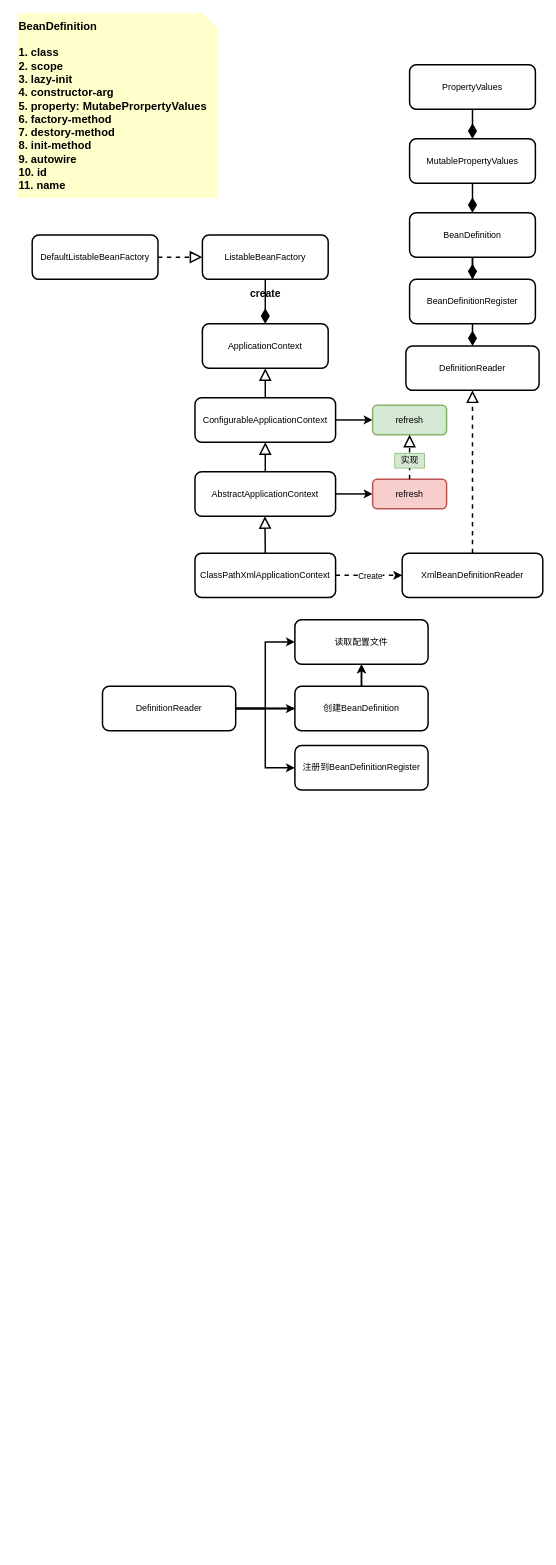
The draw.io diagram diagram/04.spring-bean-definition.drawio in Alice52/spring-5.2.x, before the edit. Source tidied: cells renumbered, new cells numbered last; positions are measured from the earlier drawing's top-left corner, leaving out a move shared by most shapes. Both pictures are drawn from the tidied source at 74%, with x=0, y=0 at pixel (17, 13).
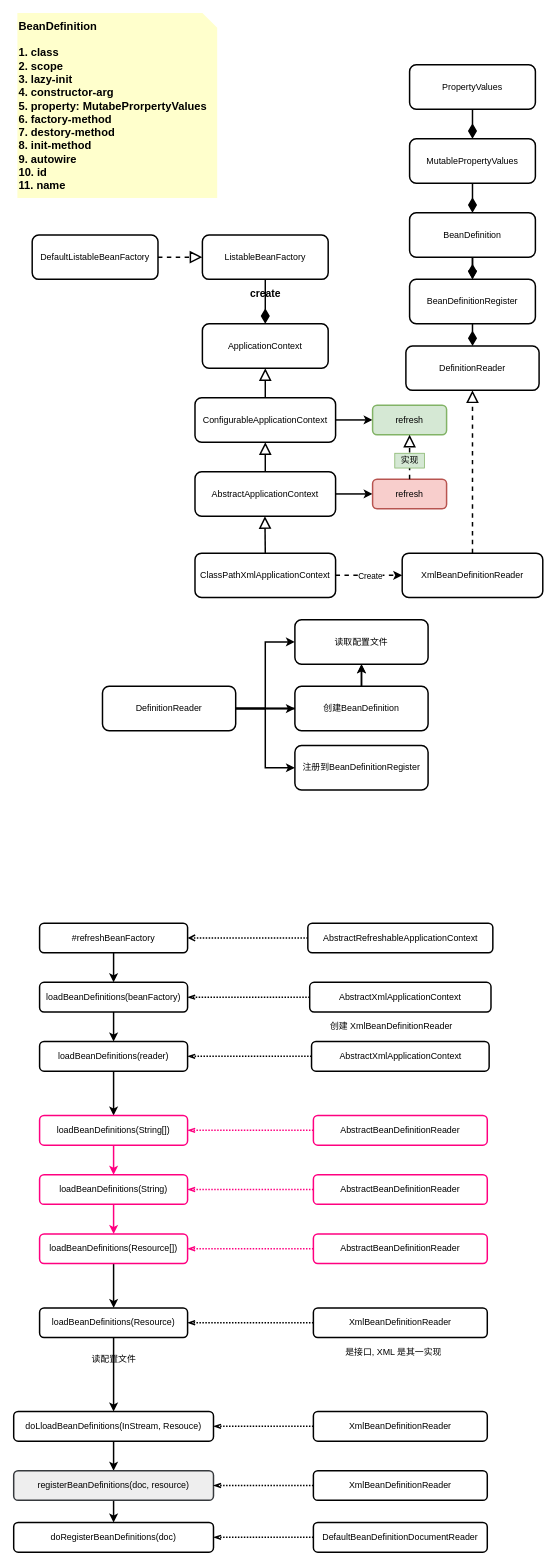
The same diagram, later.

The edit, as a diff of the source:
```diff
@@
+    <mxCell id="44" style="edgeStyle=orthogonalEdgeStyle;rounded=0;jettySize=auto;html=1;strokeWidth=2;dashed=1;dashPattern=1 1;endArrow=open;endFill=0;" parent="1" edge="1" source="45" target="47">
+      <mxGeometry relative="1" as="geometry" />
+    </mxCell>
+    <mxCell id="45" value="AbstractRefreshableApplicationContext" style="rounded=1;whiteSpace=wrap;html=1;strokeWidth=2;" parent="1" vertex="1">
+      <mxGeometry x="392.5" y="1230" width="250" height="40" as="geometry" />
+    </mxCell>
+    <mxCell id="46" style="edgeStyle=orthogonalEdgeStyle;rounded=0;jettySize=auto;html=1;strokeWidth=2;" parent="1" edge="1" source="47" target="49">
+      <mxGeometry relative="1" as="geometry" />
+    </mxCell>
+    <mxCell id="47" value="#refreshBeanFactory" style="rounded=1;whiteSpace=wrap;html=1;strokeWidth=2;" parent="1" vertex="1">
+      <mxGeometry x="30" y="1230" width="200" height="40" as="geometry" />
+    </mxCell>
+    <mxCell id="48" style="edgeStyle=orthogonalEdgeStyle;rounded=0;jettySize=auto;html=1;strokeWidth=2;" parent="1" edge="1" source="49" target="53">
+      <mxGeometry relative="1" as="geometry" />
+    </mxCell>
+    <mxCell id="49" value="loadBeanDefinitions(beanFactory)" style="rounded=1;whiteSpace=wrap;html=1;strokeWidth=2;" parent="1" vertex="1">
+      <mxGeometry x="30" y="1310" width="200" height="40" as="geometry" />
+    </mxCell>
+    <mxCell id="50" style="edgeStyle=orthogonalEdgeStyle;rounded=0;jettySize=auto;html=1;entryX=1;entryY=0.5;entryDx=0;entryDy=0;strokeWidth=2;dashed=1;dashPattern=1 1;endArrow=openThin;endFill=0;" parent="1" edge="1" source="51" target="49">
+      <mxGeometry relative="1" as="geometry" />
+    </mxCell>
+    <mxCell id="51" value="AbstractXmlApplicationContext" style="rounded=1;whiteSpace=wrap;html=1;strokeWidth=2;" parent="1" vertex="1">
+      <mxGeometry x="395" y="1310" width="245" height="40" as="geometry" />
+    </mxCell>
+    <mxCell id="52" style="edgeStyle=orthogonalEdgeStyle;rounded=0;jettySize=auto;html=1;strokeWidth=2;" parent="1" edge="1" source="53" target="58">
+      <mxGeometry relative="1" as="geometry" />
+    </mxCell>
+    <mxCell id="53" value="loadBeanDefinitions(reader)" style="rounded=1;whiteSpace=wrap;html=1;strokeWidth=2;" parent="1" vertex="1">
+      <mxGeometry x="30" y="1390" width="200" height="40" as="geometry" />
+    </mxCell>
+    <mxCell id="54" style="edgeStyle=orthogonalEdgeStyle;rounded=0;jettySize=auto;html=1;entryX=1;entryY=0.5;entryDx=0;entryDy=0;strokeWidth=2;dashed=1;dashPattern=1 1;endArrow=openThin;endFill=0;" parent="1" edge="1" source="55" target="53">
+      <mxGeometry relative="1" as="geometry" />
+    </mxCell>
+    <mxCell id="55" value="&lt;span&gt;AbstractXmlApplicationContext&lt;/span&gt;" style="rounded=1;whiteSpace=wrap;html=1;strokeWidth=2;" parent="1" vertex="1">
+      <mxGeometry x="397.5" y="1390" width="240" height="40" as="geometry" />
+    </mxCell>
+    <mxCell id="56" value="创建 XmlBeanDefinitionReader" style="text;html=1;align=center;verticalAlign=middle;strokeColor=none;" parent="1" vertex="1">
+      <mxGeometry x="415" y="1360" width="180" height="20" as="geometry" />
+    </mxCell>
+    <mxCell id="57" style="edgeStyle=orthogonalEdgeStyle;rounded=0;jettySize=auto;html=1;strokeWidth=2;strokeColor=#FF0080;" parent="1" edge="1" source="58" target="62">
+      <mxGeometry relative="1" as="geometry" />
+    </mxCell>
+    <mxCell id="58" value="loadBeanDefinitions(String[])" style="rounded=1;whiteSpace=wrap;html=1;strokeWidth=2;strokeColor=#FF0080;" parent="1" vertex="1">
+      <mxGeometry x="30" y="1490" width="200" height="40" as="geometry" />
+    </mxCell>
+    <mxCell id="59" style="edgeStyle=orthogonalEdgeStyle;rounded=0;jettySize=auto;html=1;strokeWidth=2;dashed=1;dashPattern=1 1;endArrow=openThin;endFill=0;strokeColor=#FF0080;" parent="1" edge="1" source="60" target="58">
+      <mxGeometry relative="1" as="geometry" />
+    </mxCell>
+    <mxCell id="60" value="AbstractBeanDefinitionReader" style="rounded=1;whiteSpace=wrap;html=1;strokeWidth=2;strokeColor=#FF0080;" parent="1" vertex="1">
+      <mxGeometry x="400" y="1490" width="235" height="40" as="geometry" />
+    </mxCell>
+    <mxCell id="61" style="edgeStyle=orthogonalEdgeStyle;rounded=0;jettySize=auto;html=1;strokeWidth=2;strokeColor=#FF0080;" parent="1" edge="1" source="62" target="66">
+      <mxGeometry relative="1" as="geometry" />
+    </mxCell>
+    <mxCell id="62" value="loadBeanDefinitions(String)" style="rounded=1;whiteSpace=wrap;html=1;strokeWidth=2;strokeColor=#FF0080;" parent="1" vertex="1">
+      <mxGeometry x="30" y="1570" width="200" height="40" as="geometry" />
+    </mxCell>
+    <mxCell id="63" style="edgeStyle=orthogonalEdgeStyle;rounded=0;jettySize=auto;html=1;strokeWidth=2;dashed=1;dashPattern=1 1;endArrow=openThin;endFill=0;strokeColor=#FF0080;" parent="1" edge="1" source="64" target="62">
+      <mxGeometry relative="1" as="geometry" />
+    </mxCell>
+    <mxCell id="64" value="AbstractBeanDefinitionReader" style="rounded=1;whiteSpace=wrap;html=1;strokeWidth=2;strokeColor=#FF0080;" parent="1" vertex="1">
+      <mxGeometry x="400" y="1570" width="235" height="40" as="geometry" />
+    </mxCell>
+    <mxCell id="65" style="edgeStyle=orthogonalEdgeStyle;rounded=0;jettySize=auto;html=1;strokeWidth=2;" parent="1" edge="1" source="66" target="70">
+      <mxGeometry relative="1" as="geometry" />
+    </mxCell>
+    <mxCell id="66" value="loadBeanDefinitions(Resource[])" style="rounded=1;whiteSpace=wrap;html=1;strokeWidth=2;strokeColor=#FF0080;" parent="1" vertex="1">
+      <mxGeometry x="30" y="1650" width="200" height="40" as="geometry" />
+    </mxCell>
+    <mxCell id="67" style="edgeStyle=orthogonalEdgeStyle;rounded=0;jettySize=auto;html=1;strokeWidth=2;dashed=1;dashPattern=1 1;endArrow=openThin;endFill=0;strokeColor=#FF0080;" parent="1" edge="1" source="68">
+      <mxGeometry relative="1" as="geometry">
+        <mxPoint x="230" y="1670" as="targetPoint" />
+      </mxGeometry>
+    </mxCell>
+    <mxCell id="68" value="AbstractBeanDefinitionReader" style="rounded=1;whiteSpace=wrap;html=1;strokeWidth=2;strokeColor=#FF0080;" parent="1" vertex="1">
+      <mxGeometry x="400" y="1650" width="235" height="40" as="geometry" />
+    </mxCell>
+    <mxCell id="69" style="edgeStyle=orthogonalEdgeStyle;rounded=0;jettySize=auto;html=1;strokeWidth=2;" parent="1" edge="1" source="70" target="75">
+      <mxGeometry relative="1" as="geometry" />
+    </mxCell>
+    <mxCell id="70" value="loadBeanDefinitions(Resource)" style="rounded=1;whiteSpace=wrap;html=1;strokeWidth=2;" parent="1" vertex="1">
+      <mxGeometry x="30" y="1750" width="200" height="40" as="geometry" />
+    </mxCell>
+    <mxCell id="71" style="edgeStyle=orthogonalEdgeStyle;rounded=0;jettySize=auto;html=1;strokeWidth=2;dashed=1;dashPattern=1 1;endArrow=openThin;endFill=0;" parent="1" edge="1" source="72">
+      <mxGeometry relative="1" as="geometry">
+        <mxPoint x="230" y="1770" as="targetPoint" />
+      </mxGeometry>
+    </mxCell>
+    <mxCell id="72" value="XmlBeanDefinitionReader" style="rounded=1;whiteSpace=wrap;html=1;strokeWidth=2;" parent="1" vertex="1">
+      <mxGeometry x="400" y="1750" width="235" height="40" as="geometry" />
+    </mxCell>
+    <mxCell id="73" value="是接口, XML 是其一实现" style="text;html=1;align=center;verticalAlign=middle;strokeColor=none;" parent="1" vertex="1">
+      <mxGeometry x="432.5" y="1800" width="150" height="20" as="geometry" />
+    </mxCell>
+    <mxCell id="74" style="edgeStyle=orthogonalEdgeStyle;rounded=0;jettySize=auto;html=1;endArrow=classic;endFill=1;strokeWidth=2;" parent="1" edge="1" source="75" target="80">
+      <mxGeometry relative="1" as="geometry" />
+    </mxCell>
+    <mxCell id="75" value="doLloadBeanDefinitions(InStream, Resouce)" style="rounded=1;whiteSpace=wrap;html=1;strokeWidth=2;" parent="1" vertex="1">
+      <mxGeometry x="-5" y="1890" width="270" height="40" as="geometry" />
+    </mxCell>
+    <mxCell id="76" value="读配置文件" style="text;html=1;align=center;verticalAlign=middle;strokeColor=none;" parent="1" vertex="1">
+      <mxGeometry x="90" y="1810" width="80" height="20" as="geometry" />
+    </mxCell>
+    <mxCell id="77" style="edgeStyle=orthogonalEdgeStyle;rounded=0;jettySize=auto;html=1;strokeWidth=2;dashed=1;dashPattern=1 1;endArrow=openThin;endFill=0;" parent="1" edge="1" source="78" target="75">
+      <mxGeometry relative="1" as="geometry" />
+    </mxCell>
+    <mxCell id="78" value="XmlBeanDefinitionReader" style="rounded=1;whiteSpace=wrap;html=1;strokeWidth=2;" parent="1" vertex="1">
+      <mxGeometry x="400" y="1890" width="235" height="40" as="geometry" />
+    </mxCell>
+    <mxCell id="79" style="edgeStyle=orthogonalEdgeStyle;rounded=0;jettySize=auto;html=1;endArrow=classic;endFill=1;strokeWidth=2;" parent="1" edge="1" source="80" target="83">
+      <mxGeometry relative="1" as="geometry" />
+    </mxCell>
+    <mxCell id="80" value="registerBeanDefinitions(doc, resource)" style="rounded=1;whiteSpace=wrap;html=1;strokeWidth=2;fillColor=#eeeeee;strokeColor=#36393d;" parent="1" vertex="1">
+      <mxGeometry x="-5" y="1970" width="270" height="40" as="geometry" />
+    </mxCell>
+    <mxCell id="81" style="edgeStyle=orthogonalEdgeStyle;rounded=0;jettySize=auto;html=1;strokeWidth=2;dashed=1;dashPattern=1 1;endArrow=openThin;endFill=0;" parent="1" edge="1" source="82">
+      <mxGeometry relative="1" as="geometry">
+        <mxPoint x="265" y="1990" as="targetPoint" />
+      </mxGeometry>
+    </mxCell>
+    <mxCell id="82" value="XmlBeanDefinitionReader" style="rounded=1;whiteSpace=wrap;html=1;strokeWidth=2;" parent="1" vertex="1">
+      <mxGeometry x="400" y="1970" width="235" height="40" as="geometry" />
+    </mxCell>
+    <mxCell id="83" value="doRegisterBeanDefinitions(doc)" style="rounded=1;whiteSpace=wrap;html=1;strokeWidth=2;" parent="1" vertex="1">
+      <mxGeometry x="-5" y="2040" width="270" height="40" as="geometry" />
+    </mxCell>
+    <mxCell id="84" style="edgeStyle=orthogonalEdgeStyle;rounded=0;jettySize=auto;html=1;strokeWidth=2;dashed=1;dashPattern=1 1;endArrow=openThin;endFill=0;" parent="1" edge="1" source="85">
+      <mxGeometry relative="1" as="geometry">
+        <mxPoint x="265" y="2060" as="targetPoint" />
+      </mxGeometry>
+    </mxCell>
+    <mxCell id="85" value="DefaultBeanDefinitionDocumentReader" style="rounded=1;whiteSpace=wrap;html=1;strokeWidth=2;" parent="1" vertex="1">
+      <mxGeometry x="400" y="2040" width="235" height="40" as="geometry" />
+    </mxCell>
```
